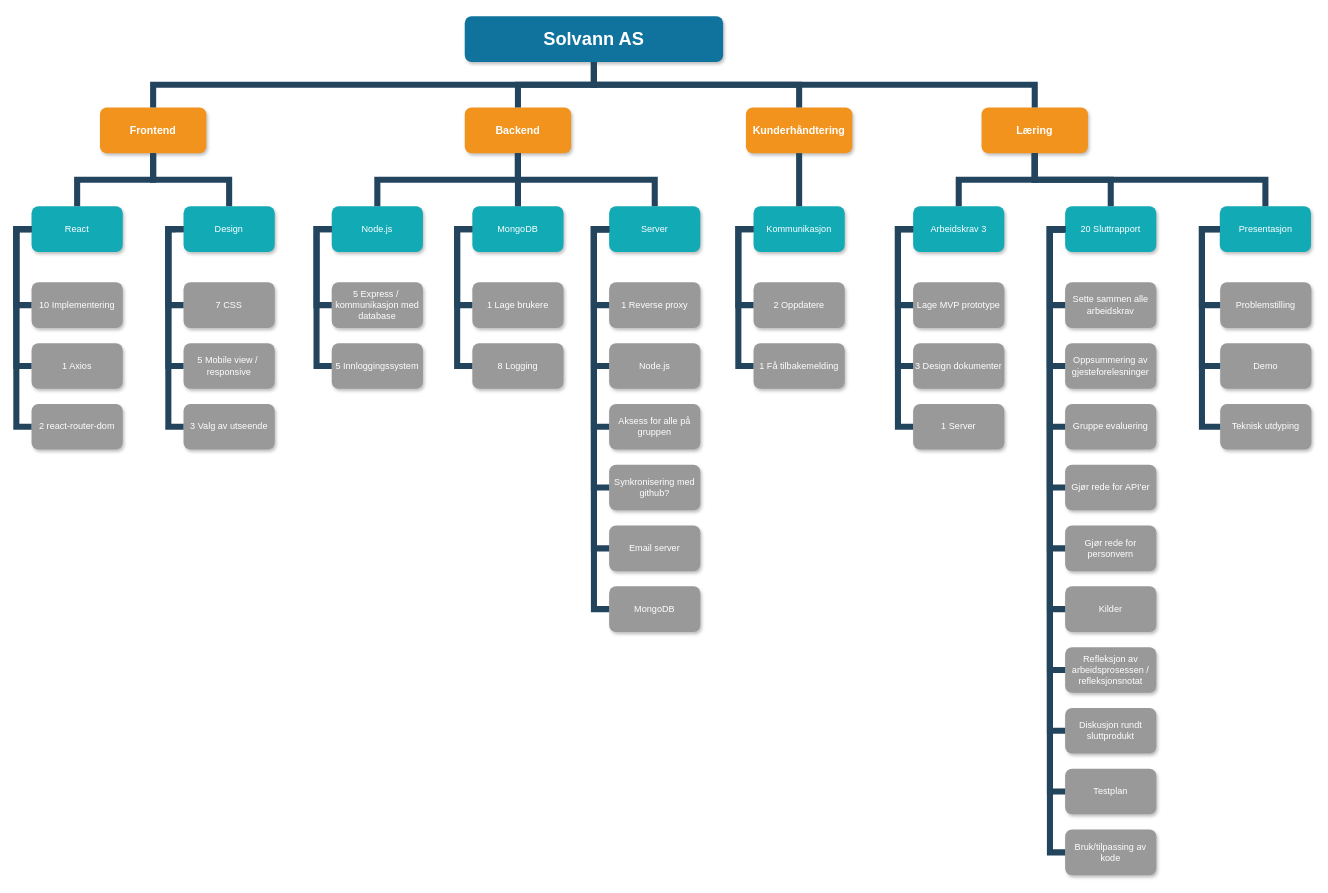
Earlier version of the draw.io diagram Work Breakdown Structure.drawio (USN-Gjengen/APP2000_Gruppe06_Solvann-Driftsystem). Source tidied: cells renumbered, new cells numbered last; positions are measured from the earlier drawing's top-left corner, leaving out a move shared by most shapes. Both pictures are drawn from the tidied source at 76%, with x=0, y=0 at pixel (16, 16).
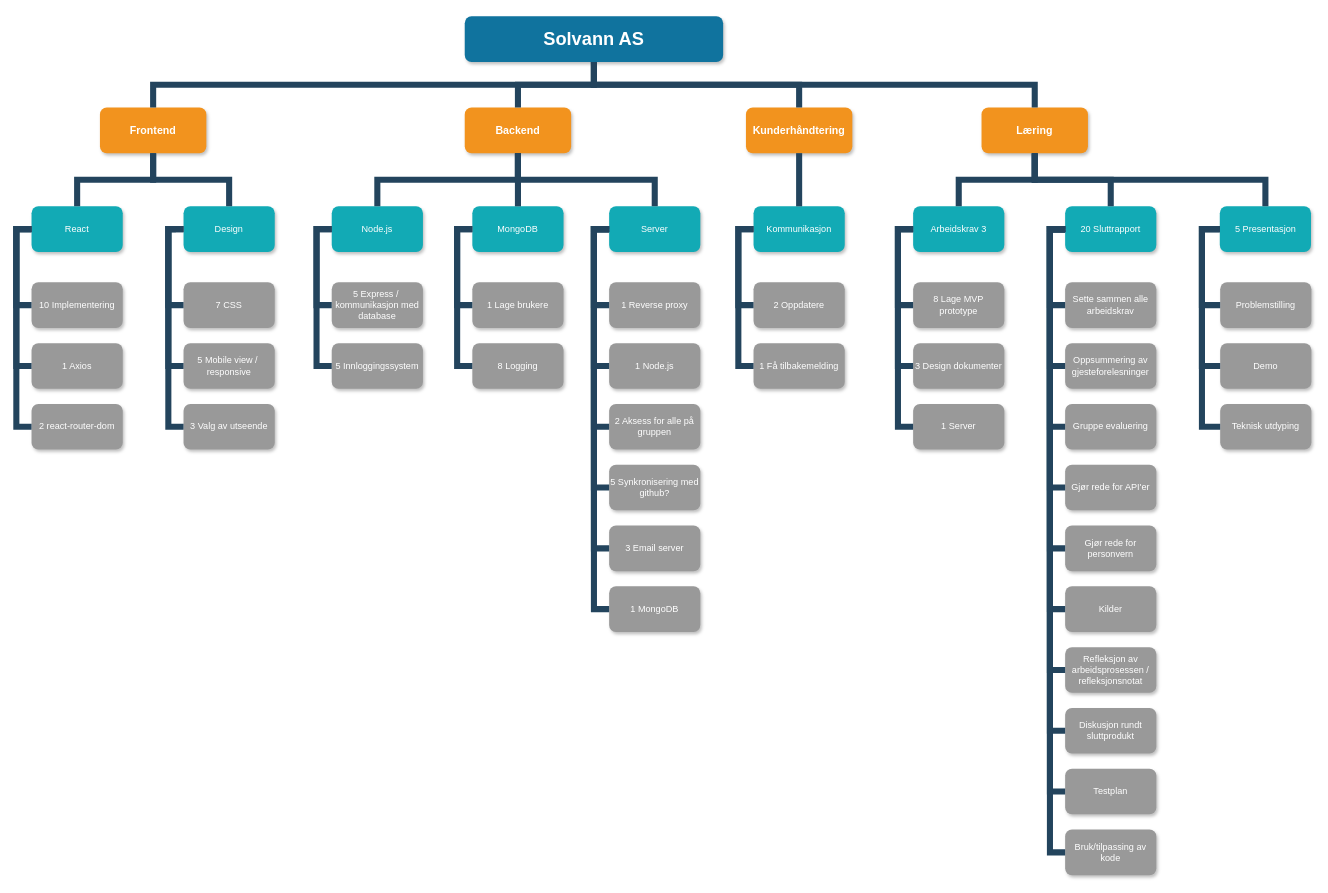
Above is the later version.

Commit message:
Add story points

Diff of the diagram source:
```diff
@@
-    <mxCell id="41" value="Lage MVP prototype" style="whiteSpace=wrap;rounded=1;fillColor=#999999;strokeColor=none;shadow=1;fontColor=#FFFFFF;fontStyle=0;" parent="1" vertex="1">
+    <mxCell id="41" value="8 Lage MVP prototype" style="whiteSpace=wrap;rounded=1;fillColor=#999999;strokeColor=none;shadow=1;fontColor=#FFFFFF;fontStyle=0;" parent="1" vertex="1">
       <mxGeometry x="1180" y="350" width="120" height="60" as="geometry" />
     </mxCell>
@@
-    <mxCell id="59" value="Node.js" style="whiteSpace=wrap;rounded=1;fillColor=#999999;strokeColor=none;shadow=1;fontColor=#FFFFFF;fontStyle=0;" parent="1" vertex="1">
+    <mxCell id="59" value="1 Node.js" style="whiteSpace=wrap;rounded=1;fillColor=#999999;strokeColor=none;shadow=1;fontColor=#FFFFFF;fontStyle=0;" parent="1" vertex="1">
       <mxGeometry x="780" y="430" width="120" height="60" as="geometry" />
     </mxCell>
-    <mxCell id="60" value="Aksess for alle på&#10;gruppen" style="whiteSpace=wrap;rounded=1;fillColor=#999999;strokeColor=none;shadow=1;fontColor=#FFFFFF;fontStyle=0;" parent="1" vertex="1">
+    <mxCell id="60" value="2 Aksess for alle på&#10;gruppen" style="whiteSpace=wrap;rounded=1;fillColor=#999999;strokeColor=none;shadow=1;fontColor=#FFFFFF;fontStyle=0;" parent="1" vertex="1">
       <mxGeometry x="780" y="510" width="120" height="60" as="geometry" />
     </mxCell>
-    <mxCell id="61" value="Synkronisering med&#10;github?" style="whiteSpace=wrap;rounded=1;fillColor=#999999;strokeColor=none;shadow=1;fontColor=#FFFFFF;fontStyle=0;" parent="1" vertex="1">
+    <mxCell id="61" value="5 Synkronisering med&#10;github?" style="whiteSpace=wrap;rounded=1;fillColor=#999999;strokeColor=none;shadow=1;fontColor=#FFFFFF;fontStyle=0;" parent="1" vertex="1">
       <mxGeometry x="780" y="590" width="120" height="60" as="geometry" />
     </mxCell>
-    <mxCell id="62" value="Email server" style="whiteSpace=wrap;rounded=1;fillColor=#999999;strokeColor=none;shadow=1;fontColor=#FFFFFF;fontStyle=0;" parent="1" vertex="1">
+    <mxCell id="62" value="3 Email server" style="whiteSpace=wrap;rounded=1;fillColor=#999999;strokeColor=none;shadow=1;fontColor=#FFFFFF;fontStyle=0;" parent="1" vertex="1">
       <mxGeometry x="780" y="670" width="120" height="60" as="geometry" />
     </mxCell>
@@
-    <mxCell id="77" value="MongoDB" style="whiteSpace=wrap;rounded=1;fillColor=#999999;strokeColor=none;shadow=1;fontColor=#FFFFFF;fontStyle=0;" parent="1" vertex="1">
+    <mxCell id="77" value="1 MongoDB" style="whiteSpace=wrap;rounded=1;fillColor=#999999;strokeColor=none;shadow=1;fontColor=#FFFFFF;fontStyle=0;" parent="1" vertex="1">
       <mxGeometry x="780" y="750" width="120" height="60" as="geometry" />
     </mxCell>
@@
-    <mxCell id="83" value="Presentasjon" style="whiteSpace=wrap;rounded=1;fillColor=#12AAB5;strokeColor=none;shadow=1;fontColor=#FFFFFF;" parent="1" vertex="1">
+    <mxCell id="83" value="5 Presentasjon" style="whiteSpace=wrap;rounded=1;fillColor=#12AAB5;strokeColor=none;shadow=1;fontColor=#FFFFFF;" parent="1" vertex="1">
       <mxGeometry x="1583.5" y="250" width="120" height="60" as="geometry" />
     </mxCell>
```
